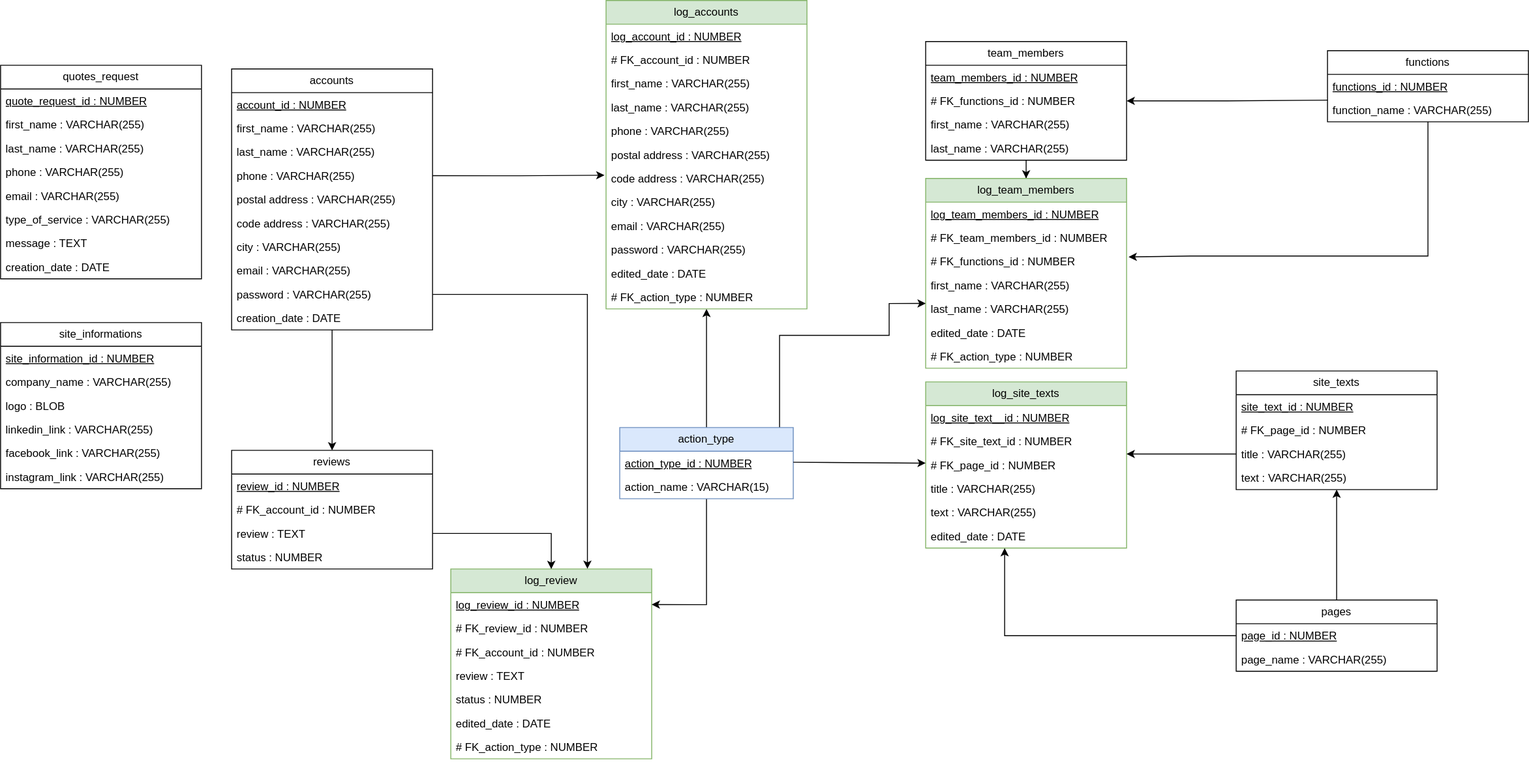
Before: bdd/BDD site-MPD.svg, a diagram exported from draw.io (G-MARTEL/sae5). Source tidied: cells renumbered, new cells last; positions are measured from the earlier drawing's top-left corner, leaving out a move shared by most shapes.
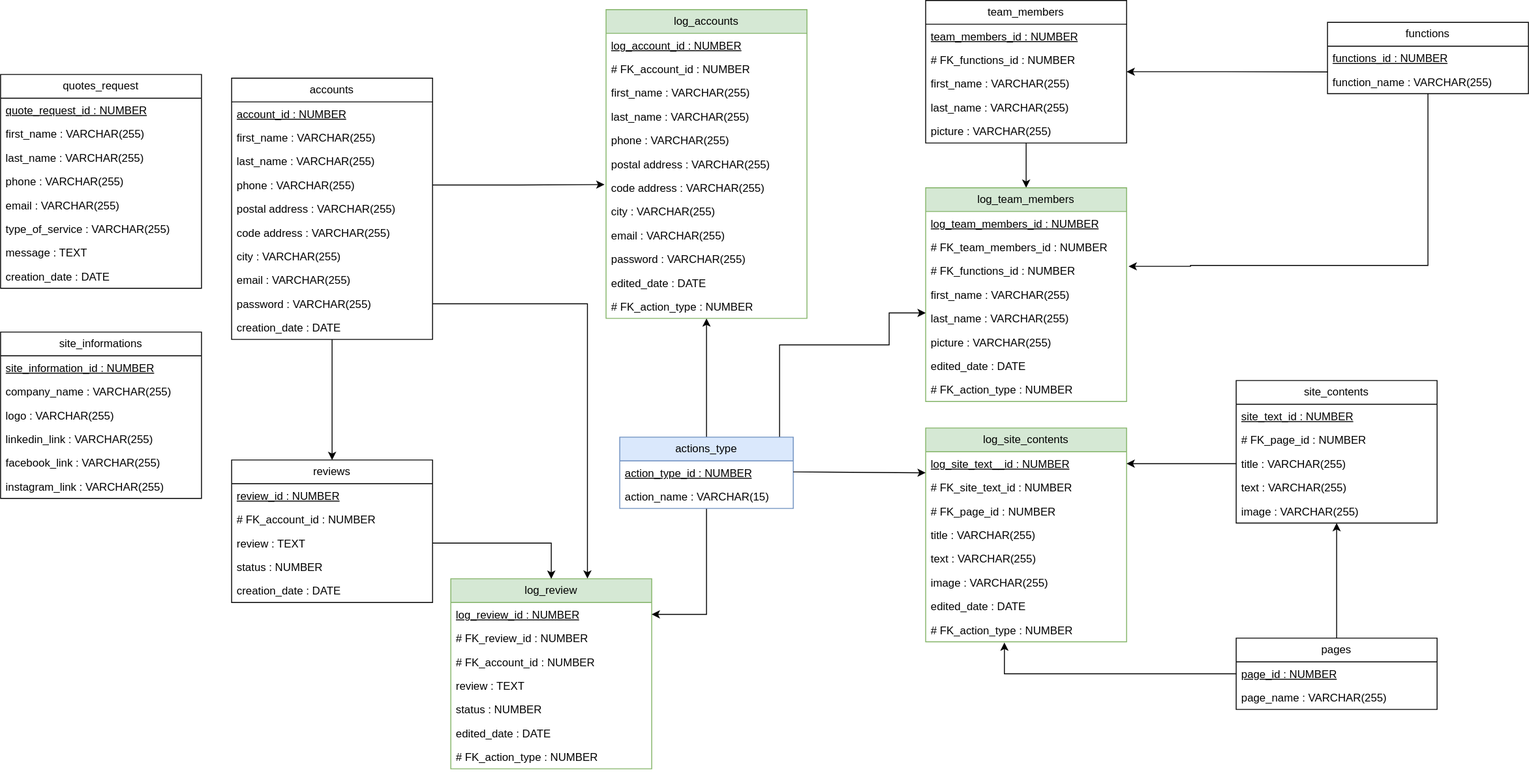
Above is the later version.

Commit message:
Modification du MCD et MPD pour y ajouter la gestion des images pour le contenu du site et également pour les membres de l'équipe + modification du format de données pour les images (BLOB -> VARCHAR)

.

Diff of the diagram source:
```diff
@@ -108,7 +108,7 @@
       <mxGeometry y="208" width="220" height="26" as="geometry" />
     </mxCell>
     <mxCell id="37" value="reviews" style="swimlane;fontStyle=0;horizontal=1;startSize=26;fillColor=none;whiteSpace=wrap;html=1;" parent="1" vertex="1">
-      <mxGeometry x="253" y="493" width="220" height="130" as="geometry" />
+      <mxGeometry x="253" y="493" width="220" height="156" as="geometry" />
     </mxCell>
     <mxCell id="38" value="&lt;u&gt;review_id : NUMBER&lt;/u&gt;" style="text;strokeColor=none;fillColor=none;align=left;verticalAlign=top;spacingLeft=4;spacingRight=4;overflow=hidden;whiteSpace=wrap;html=1;" parent="37" vertex="1">
       <mxGeometry y="26" width="220" height="26" as="geometry" />
@@ -122,6 +122,9 @@
     <mxCell id="41" value="status : NUMBER&lt;div&gt;&lt;br&gt;&lt;/div&gt;" style="text;strokeColor=none;fillColor=none;align=left;verticalAlign=top;spacingLeft=4;spacingRight=4;overflow=hidden;whiteSpace=wrap;html=1;" parent="37" vertex="1">
       <mxGeometry y="104" width="220" height="26" as="geometry" />
     </mxCell>
+    <mxCell id="103" value="creation_date : DATE" style="text;strokeColor=none;fillColor=none;align=left;verticalAlign=top;spacingLeft=4;spacingRight=4;overflow=hidden;whiteSpace=wrap;html=1;" parent="37" vertex="1">
+      <mxGeometry y="130" width="220" height="26" as="geometry" />
+    </mxCell>
     <mxCell id="42" value="log_review" style="swimlane;fontStyle=0;horizontal=1;startSize=26;fillColor=#d5e8d4;whiteSpace=wrap;html=1;strokeColor=#82b366;" parent="1" vertex="1">
       <mxGeometry x="493" y="623" width="220" height="208" as="geometry" />
     </mxCell>
@@ -155,7 +158,7 @@
     <mxCell id="52" value="company_name : VARCHAR(255)" style="text;strokeColor=none;fillColor=none;align=left;verticalAlign=top;spacingLeft=4;spacingRight=4;overflow=hidden;whiteSpace=wrap;html=1;" parent="50" vertex="1">
       <mxGeometry y="52" width="220" height="26" as="geometry" />
     </mxCell>
-    <mxCell id="53" value="logo : BLOB" style="text;strokeColor=none;fillColor=none;align=left;verticalAlign=top;spacingLeft=4;spacingRight=4;overflow=hidden;whiteSpace=wrap;html=1;" parent="50" vertex="1">
+    <mxCell id="53" value="logo : VARCHAR(255)" style="text;strokeColor=none;fillColor=none;align=left;verticalAlign=top;spacingLeft=4;spacingRight=4;overflow=hidden;whiteSpace=wrap;html=1;" parent="50" vertex="1">
       <mxGeometry y="78" width="220" height="26" as="geometry" />
     </mxCell>
     <mxCell id="54" value="linkedin_link : VARCHAR(255)" style="text;strokeColor=none;fillColor=none;align=left;verticalAlign=top;spacingLeft=4;spacingRight=4;overflow=hidden;whiteSpace=wrap;html=1;" parent="50" vertex="1">
@@ -170,8 +173,8 @@
     <mxCell id="57" style="edgeStyle=orthogonalEdgeStyle;rounded=0;jettySize=auto;html=1;entryX=0.5;entryY=0;entryDx=0;entryDy=0;endArrow=none;endFill=0;startArrow=classic;startFill=1;" parent="1" edge="1" source="58" target="63">
       <mxGeometry relative="1" as="geometry" />
     </mxCell>
-    <mxCell id="58" value="&lt;span style=&quot;font-weight: normal;&quot;&gt;site_texts&lt;/span&gt;" style="swimlane;fontStyle=1;horizontal=1;startSize=26;fillColor=none;whiteSpace=wrap;html=1;" parent="1" vertex="1">
-      <mxGeometry x="1353" y="406" width="220" height="130" as="geometry" />
+    <mxCell id="58" value="&lt;span style=&quot;font-weight: normal;&quot;&gt;site_contents&lt;/span&gt;" style="swimlane;fontStyle=1;horizontal=1;startSize=26;fillColor=none;whiteSpace=wrap;html=1;" parent="1" vertex="1">
+      <mxGeometry x="1353" y="406" width="220" height="156" as="geometry" />
     </mxCell>
     <mxCell id="59" value="&lt;u&gt;site_text_id : NUMBER&lt;/u&gt;" style="text;strokeColor=none;fillColor=none;align=left;verticalAlign=top;spacingLeft=4;spacingRight=4;overflow=hidden;whiteSpace=wrap;html=1;" parent="58" vertex="1">
       <mxGeometry y="26" width="220" height="26" as="geometry" />
@@ -185,8 +188,11 @@
     <mxCell id="62" value="text : VARCHAR(255)" style="text;strokeColor=none;fillColor=none;align=left;verticalAlign=top;spacingLeft=4;spacingRight=4;overflow=hidden;whiteSpace=wrap;html=1;" parent="58" vertex="1">
       <mxGeometry y="104" width="220" height="26" as="geometry" />
     </mxCell>
+    <mxCell id="104" value="image : VARCHAR(255)" style="text;strokeColor=none;fillColor=none;align=left;verticalAlign=top;spacingLeft=4;spacingRight=4;overflow=hidden;whiteSpace=wrap;html=1;" parent="58" vertex="1">
+      <mxGeometry y="130" width="220" height="26" as="geometry" />
+    </mxCell>
     <mxCell id="63" value="&lt;span style=&quot;font-weight: normal;&quot;&gt;pages&lt;/span&gt;" style="swimlane;fontStyle=1;horizontal=1;startSize=26;fillColor=none;whiteSpace=wrap;html=1;" parent="1" vertex="1">
-      <mxGeometry x="1353" y="657" width="220" height="78" as="geometry" />
+      <mxGeometry x="1353" y="688" width="220" height="78" as="geometry" />
     </mxCell>
     <mxCell id="64" value="&lt;u&gt;page_id : NUMBER&lt;/u&gt;" style="text;strokeColor=none;fillColor=none;align=left;verticalAlign=top;spacingLeft=4;spacingRight=4;overflow=hidden;points=[[0,0.5],[1,0.5]];portConstraint=eastwest;whiteSpace=wrap;html=1;" parent="63" vertex="1">
       <mxGeometry y="26" width="220" height="26" as="geometry" />
@@ -198,7 +204,7 @@
       <mxGeometry relative="1" as="geometry" />
     </mxCell>
     <mxCell id="67" value="&lt;span style=&quot;font-weight: 400;&quot;&gt;team_members&lt;/span&gt;" style="swimlane;fontStyle=1;horizontal=1;startSize=26;fillColor=none;whiteSpace=wrap;html=1;" parent="1" vertex="1">
-      <mxGeometry x="1013" y="45" width="220" height="130" as="geometry" />
+      <mxGeometry x="1013" y="-10" width="220" height="156" as="geometry" />
     </mxCell>
     <mxCell id="68" value="&lt;u&gt;&lt;span style=&quot;text-align: center;&quot;&gt;team_members&lt;/span&gt;_id : NUMBER&lt;/u&gt;" style="text;strokeColor=none;fillColor=none;align=left;verticalAlign=top;spacingLeft=4;spacingRight=4;overflow=hidden;whiteSpace=wrap;html=1;" parent="67" vertex="1">
       <mxGeometry y="26" width="220" height="26" as="geometry" />
@@ -212,6 +218,9 @@
     <mxCell id="71" value="last_name : VARCHAR(255)" style="text;strokeColor=none;fillColor=none;align=left;verticalAlign=top;spacingLeft=4;spacingRight=4;overflow=hidden;whiteSpace=wrap;html=1;" parent="67" vertex="1">
       <mxGeometry y="104" width="220" height="26" as="geometry" />
     </mxCell>
+    <mxCell id="105" value="picture : VARCHAR(255)" style="text;strokeColor=none;fillColor=none;align=left;verticalAlign=top;spacingLeft=4;spacingRight=4;overflow=hidden;whiteSpace=wrap;html=1;" parent="67" vertex="1">
+      <mxGeometry y="130" width="220" height="26" as="geometry" />
+    </mxCell>
     <mxCell id="72" style="edgeStyle=orthogonalEdgeStyle;rounded=0;jettySize=auto;html=1;entryX=1.01;entryY=0.309;entryDx=0;entryDy=0;entryPerimeter=0;" parent="1" edge="1" source="73" target="86">
       <mxGeometry relative="1" as="geometry">
         <Array as="points">
@@ -221,7 +230,7 @@
       </mxGeometry>
     </mxCell>
     <mxCell id="73" value="&lt;span style=&quot;font-weight: 400;&quot;&gt;functions&lt;/span&gt;" style="swimlane;fontStyle=1;horizontal=1;startSize=26;fillColor=none;whiteSpace=wrap;html=1;" parent="1" vertex="1">
-      <mxGeometry x="1453" y="55" width="220" height="78" as="geometry" />
+      <mxGeometry x="1453" y="14" width="220" height="78" as="geometry" />
     </mxCell>
     <mxCell id="74" value="&lt;div style=&quot;text-align: center;&quot;&gt;&lt;span style=&quot;background-color: initial;&quot;&gt;&lt;u&gt;functions_id : NUMBER&lt;/u&gt;&lt;/span&gt;&lt;/div&gt;" style="text;strokeColor=none;fillColor=none;align=left;verticalAlign=top;spacingLeft=4;spacingRight=4;overflow=hidden;whiteSpace=wrap;html=1;" parent="73" vertex="1">
       <mxGeometry y="26" width="220" height="26" as="geometry" />
@@ -229,8 +238,8 @@
     <mxCell id="75" value="&lt;div style=&quot;text-align: center;&quot;&gt;&lt;span style=&quot;background-color: initial;&quot;&gt;function_name : VARCHAR(255)&lt;/span&gt;&lt;/div&gt;" style="text;strokeColor=none;fillColor=none;align=left;verticalAlign=top;spacingLeft=4;spacingRight=4;overflow=hidden;points=[[0,0.5],[1,0.5]];portConstraint=eastwest;whiteSpace=wrap;html=1;" parent="73" vertex="1">
       <mxGeometry y="52" width="220" height="26" as="geometry" />
     </mxCell>
-    <mxCell id="76" value="&lt;span style=&quot;font-weight: normal;&quot;&gt;log_site_texts&lt;/span&gt;" style="swimlane;fontStyle=1;horizontal=1;startSize=26;fillColor=#d5e8d4;whiteSpace=wrap;html=1;strokeColor=#82b366;" parent="1" vertex="1">
-      <mxGeometry x="1013" y="418" width="220" height="182" as="geometry" />
+    <mxCell id="76" value="&lt;span style=&quot;font-weight: normal;&quot;&gt;log_site_&lt;/span&gt;&lt;span style=&quot;font-weight: 400;&quot;&gt;contents&lt;/span&gt;" style="swimlane;fontStyle=1;horizontal=1;startSize=26;fillColor=#d5e8d4;whiteSpace=wrap;html=1;strokeColor=#82b366;" parent="1" vertex="1">
+      <mxGeometry x="1013" y="458" width="220" height="234" as="geometry" />
     </mxCell>
     <mxCell id="77" value="&lt;u&gt;log_site_text__id : NUMBER&lt;/u&gt;" style="text;strokeColor=none;fillColor=none;align=left;verticalAlign=top;spacingLeft=4;spacingRight=4;overflow=hidden;whiteSpace=wrap;html=1;" parent="76" vertex="1">
       <mxGeometry y="26" width="220" height="26" as="geometry" />
@@ -247,11 +256,17 @@
     <mxCell id="81" value="text : VARCHAR(255)" style="text;strokeColor=none;fillColor=none;align=left;verticalAlign=top;spacingLeft=4;spacingRight=4;overflow=hidden;whiteSpace=wrap;html=1;" parent="76" vertex="1">
       <mxGeometry y="130" width="220" height="26" as="geometry" />
     </mxCell>
+    <mxCell id="106" value="image : VARCHAR(255)" style="text;strokeColor=none;fillColor=none;align=left;verticalAlign=top;spacingLeft=4;spacingRight=4;overflow=hidden;whiteSpace=wrap;html=1;" parent="76" vertex="1">
+      <mxGeometry y="156" width="220" height="26" as="geometry" />
+    </mxCell>
     <mxCell id="82" value="edited_date : DATE" style="text;strokeColor=none;fillColor=none;align=left;verticalAlign=top;spacingLeft=4;spacingRight=4;overflow=hidden;points=[[0,0.5],[1,0.5]];portConstraint=eastwest;whiteSpace=wrap;html=1;" parent="76" vertex="1">
-      <mxGeometry y="156" width="220" height="26" as="geometry" />
+      <mxGeometry y="182" width="220" height="26" as="geometry" />
     </mxCell>
+    <mxCell id="107" value="# FK_action_type : NUMBER" style="text;strokeColor=none;fillColor=none;align=left;verticalAlign=top;spacingLeft=4;spacingRight=4;overflow=hidden;points=[[0,0.5],[1,0.5]];portConstraint=eastwest;whiteSpace=wrap;html=1;" parent="76" vertex="1">
+      <mxGeometry y="208" width="220" height="26" as="geometry" />
+    </mxCell>
     <mxCell id="83" value="&lt;span style=&quot;font-weight: 400;&quot;&gt;log_team_members&lt;/span&gt;" style="swimlane;fontStyle=1;horizontal=1;startSize=26;fillColor=#d5e8d4;whiteSpace=wrap;html=1;strokeColor=#82b366;" parent="1" vertex="1">
-      <mxGeometry x="1013" y="195" width="220" height="208" as="geometry" />
+      <mxGeometry x="1013" y="195" width="220" height="234" as="geometry" />
     </mxCell>
     <mxCell id="84" value="&lt;u&gt;&lt;span style=&quot;text-align: center;&quot;&gt;log_team_members&lt;/span&gt;_id : NUMBER&lt;/u&gt;" style="text;strokeColor=none;fillColor=none;align=left;verticalAlign=top;spacingLeft=4;spacingRight=4;overflow=hidden;whiteSpace=wrap;html=1;" parent="83" vertex="1">
       <mxGeometry y="26" width="220" height="26" as="geometry" />
@@ -268,11 +283,14 @@
     <mxCell id="88" value="last_name : VARCHAR(255)" style="text;strokeColor=none;fillColor=none;align=left;verticalAlign=top;spacingLeft=4;spacingRight=4;overflow=hidden;whiteSpace=wrap;html=1;" parent="83" vertex="1">
       <mxGeometry y="130" width="220" height="26" as="geometry" />
     </mxCell>
+    <mxCell id="108" value="picture : VARCHAR(255)" style="text;strokeColor=none;fillColor=none;align=left;verticalAlign=top;spacingLeft=4;spacingRight=4;overflow=hidden;whiteSpace=wrap;html=1;" parent="83" vertex="1">
+      <mxGeometry y="156" width="220" height="26" as="geometry" />
+    </mxCell>
     <mxCell id="89" value="edited_date : DATE" style="text;strokeColor=none;fillColor=none;align=left;verticalAlign=top;spacingLeft=4;spacingRight=4;overflow=hidden;whiteSpace=wrap;html=1;" parent="83" vertex="1">
-      <mxGeometry y="156" width="220" height="26" as="geometry" />
+      <mxGeometry y="182" width="220" height="26" as="geometry" />
     </mxCell>
     <mxCell id="90" value="# FK_action_type : NUMBER" style="text;strokeColor=none;fillColor=none;align=left;verticalAlign=top;spacingLeft=4;spacingRight=4;overflow=hidden;whiteSpace=wrap;html=1;" parent="83" vertex="1">
-      <mxGeometry y="182" width="220" height="26" as="geometry" />
+      <mxGeometry y="208" width="220" height="26" as="geometry" />
     </mxCell>
     <mxCell id="91" style="edgeStyle=orthogonalEdgeStyle;rounded=0;jettySize=auto;html=1;endArrow=classic;endFill=1;" parent="1" edge="1" source="61">
       <mxGeometry relative="1" as="geometry">
@@ -298,7 +316,7 @@
     <mxCell id="95" style="edgeStyle=orthogonalEdgeStyle;rounded=0;jettySize=auto;html=1;entryX=1;entryY=0.5;entryDx=0;entryDy=0;endArrow=classic;endFill=1;" parent="1" edge="1" source="96" target="43">
       <mxGeometry relative="1" as="geometry" />
     </mxCell>
-    <mxCell id="96" value="action_type" style="swimlane;fontStyle=0;horizontal=1;startSize=26;fillColor=#dae8fc;whiteSpace=wrap;html=1;strokeColor=#6c8ebf;" parent="1" vertex="1">
+    <mxCell id="96" value="actions_type" style="swimlane;fontStyle=0;horizontal=1;startSize=26;fillColor=#dae8fc;whiteSpace=wrap;html=1;strokeColor=#6c8ebf;" parent="1" vertex="1">
       <mxGeometry x="678" y="468" width="190" height="78" as="geometry" />
     </mxCell>
     <mxCell id="97" value="&lt;u&gt;action_type_id : NUMBER&lt;/u&gt;" style="text;strokeColor=none;fillColor=none;align=left;verticalAlign=top;spacingLeft=4;spacingRight=4;overflow=hidden;whiteSpace=wrap;html=1;" parent="96" vertex="1">
@@ -313,7 +331,7 @@
         <mxPoint x="1013" y="507" as="targetPoint" />
       </mxGeometry>
     </mxCell>
-    <mxCell id="100" style="edgeStyle=orthogonalEdgeStyle;rounded=0;jettySize=auto;html=1;entryX=0.393;entryY=1.004;entryDx=0;entryDy=0;endArrow=classic;endFill=1;entryPerimeter=0;" parent="1" edge="1" source="64" target="82">
+    <mxCell id="100" style="edgeStyle=orthogonalEdgeStyle;rounded=0;jettySize=auto;html=1;endArrow=classic;endFill=1;entryX=0.392;entryY=1.031;entryDx=0;entryDy=0;entryPerimeter=0;" parent="1" edge="1" source="64" target="107">
       <mxGeometry relative="1" as="geometry" />
     </mxCell>
     <mxCell id="101" style="edgeStyle=orthogonalEdgeStyle;rounded=0;jettySize=auto;html=1;entryX=0.5;entryY=0;entryDx=0;entryDy=0;endArrow=classic;endFill=1;" parent="1" edge="1" source="40" target="42">
```
